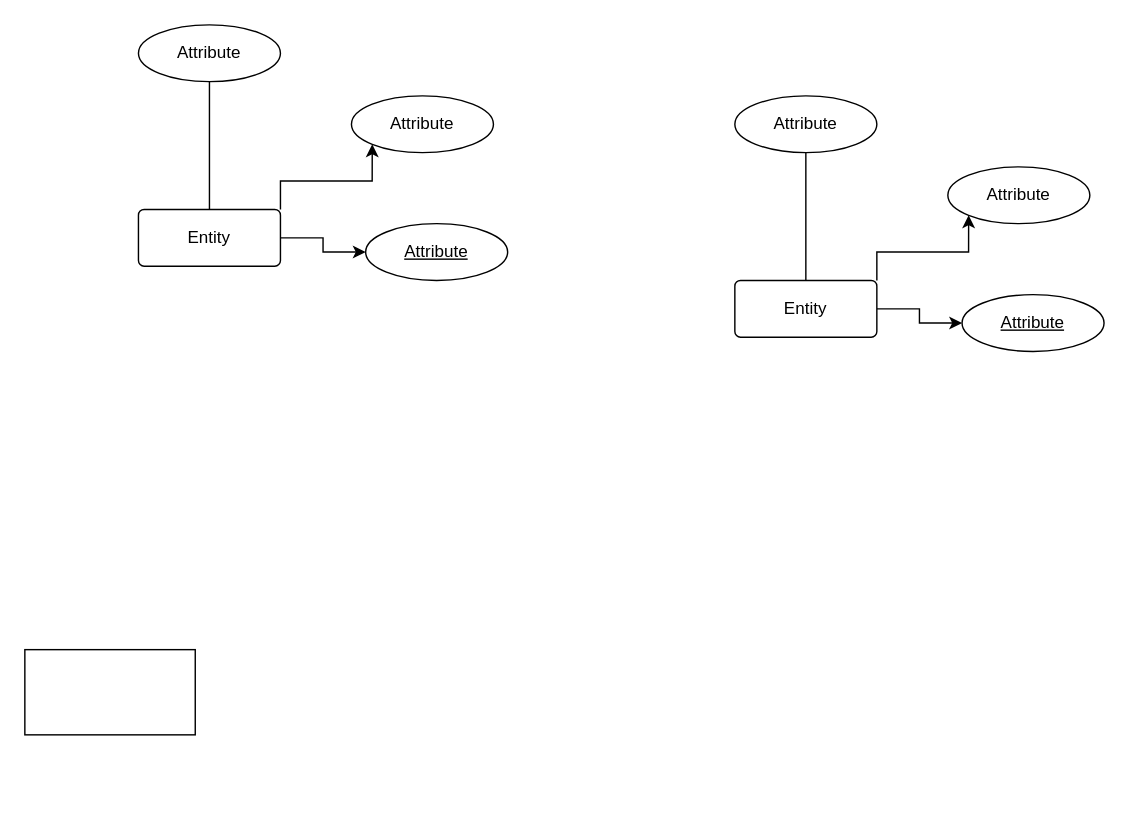
Before: Untitled Diagram.drawio in itsfadymate/Customer-Data-Management-System, a draw.io diagram. Source tidied: cells renumbered, new cells numbered last; positions are measured from the earlier drawing's top-left corner, leaving out a move shared by most shapes. Both pictures are drawn from the tidied source at 142%, with x=0, y=0 at pixel (24, 24).
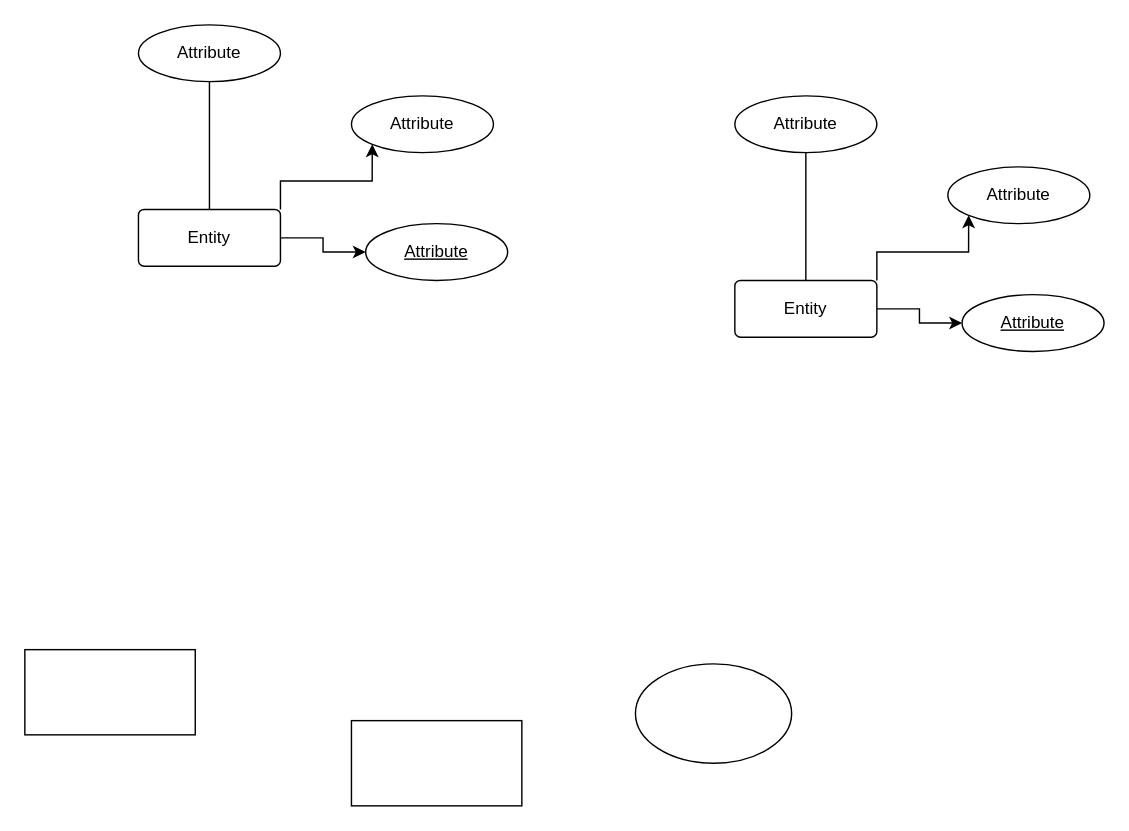
The same diagram, later.

The edit, as a diff of the source:
```diff
@@
 <mxGraphModel>
   <root>
     <mxCell id="0" />
     <mxCell id="1" parent="0" />
     <mxCell id="2" style="edgeStyle=orthogonalEdgeStyle;rounded=0;jettySize=auto;html=1;exitX=1;exitY=0;exitDx=0;exitDy=0;entryX=0;entryY=1;entryDx=0;entryDy=0;" parent="1" edge="1" source="4" target="6">
       <mxGeometry relative="1" as="geometry" />
     </mxCell>
     <mxCell id="3" style="edgeStyle=orthogonalEdgeStyle;rounded=0;jettySize=auto;html=1;" parent="1" edge="1" source="4" target="7">
       <mxGeometry relative="1" as="geometry" />
     </mxCell>
     <mxCell id="4" value="Entity" style="rounded=1;arcSize=10;whiteSpace=wrap;html=1;align=center;" parent="1" vertex="1">
       <mxGeometry x="500" y="180" width="100" height="40" as="geometry" />
     </mxCell>
     <mxCell id="5" value="Attribute" style="ellipse;whiteSpace=wrap;html=1;align=center;" parent="1" vertex="1">
       <mxGeometry x="500" y="50" width="100" height="40" as="geometry" />
     </mxCell>
     <mxCell id="6" value="Attribute" style="ellipse;whiteSpace=wrap;html=1;align=center;" parent="1" vertex="1">
       <mxGeometry x="650" y="100" width="100" height="40" as="geometry" />
     </mxCell>
     <mxCell id="7" value="Attribute" style="ellipse;whiteSpace=wrap;html=1;align=center;fontStyle=4;" parent="1" vertex="1">
       <mxGeometry x="660" y="190" width="100" height="40" as="geometry" />
     </mxCell>
     <mxCell id="8" style="endArrow=none;html=1;rounded=0;exitX=0.5;exitY=0;exitDx=0;exitDy=0;entryX=0.5;entryY=1;entryDx=0;entryDy=0;" parent="1" edge="1" source="4" target="5">
       <mxGeometry relative="1" as="geometry" />
     </mxCell>
     <mxCell id="9" style="rounded=0;whiteSpace=wrap;html=1;" parent="1" vertex="1">
       <mxGeometry y="440" width="120" height="60" as="geometry" />
     </mxCell>
+    <mxCell id="17" style="rounded=0;whiteSpace=wrap;html=1;" parent="1" vertex="1">
+      <mxGeometry x="230" y="490" width="120" height="60" as="geometry" />
+    </mxCell>
     <mxCell id="10" style="edgeStyle=orthogonalEdgeStyle;rounded=0;jettySize=auto;html=1;exitX=1;exitY=0;exitDx=0;exitDy=0;entryX=0;entryY=1;entryDx=0;entryDy=0;" parent="1" edge="1" source="12" target="14">
       <mxGeometry relative="1" as="geometry" />
     </mxCell>
+    <mxCell id="18" style="ellipse;whiteSpace=wrap;html=1;" parent="1" vertex="1">
+      <mxGeometry x="430" y="450" width="110" height="70" as="geometry" />
+    </mxCell>
     <mxCell id="11" style="edgeStyle=orthogonalEdgeStyle;rounded=0;jettySize=auto;html=1;" parent="1" edge="1" source="12" target="15">
       <mxGeometry relative="1" as="geometry" />
     </mxCell>
     <mxCell id="12" value="Entity" style="rounded=1;arcSize=10;whiteSpace=wrap;html=1;align=center;" parent="1" vertex="1">
       <mxGeometry x="80" y="130" width="100" height="40" as="geometry" />
     </mxCell>
     <mxCell id="13" value="Attribute" style="ellipse;whiteSpace=wrap;html=1;align=center;" parent="1" vertex="1">
       <mxGeometry x="80" width="100" height="40" as="geometry" />
     </mxCell>
     <mxCell id="14" value="Attribute" style="ellipse;whiteSpace=wrap;html=1;align=center;" parent="1" vertex="1">
       <mxGeometry x="230" y="50" width="100" height="40" as="geometry" />
     </mxCell>
     <mxCell id="15" value="Attribute" style="ellipse;whiteSpace=wrap;html=1;align=center;fontStyle=4;" parent="1" vertex="1">
       <mxGeometry x="240" y="140" width="100" height="40" as="geometry" />
     </mxCell>
     <mxCell id="16" style="endArrow=none;html=1;rounded=0;exitX=0.5;exitY=0;exitDx=0;exitDy=0;entryX=0.5;entryY=1;entryDx=0;entryDy=0;" parent="1" edge="1" source="12" target="13">
       <mxGeometry relative="1" as="geometry" />
     </mxCell>
   </root>
 </mxGraphModel>
```
